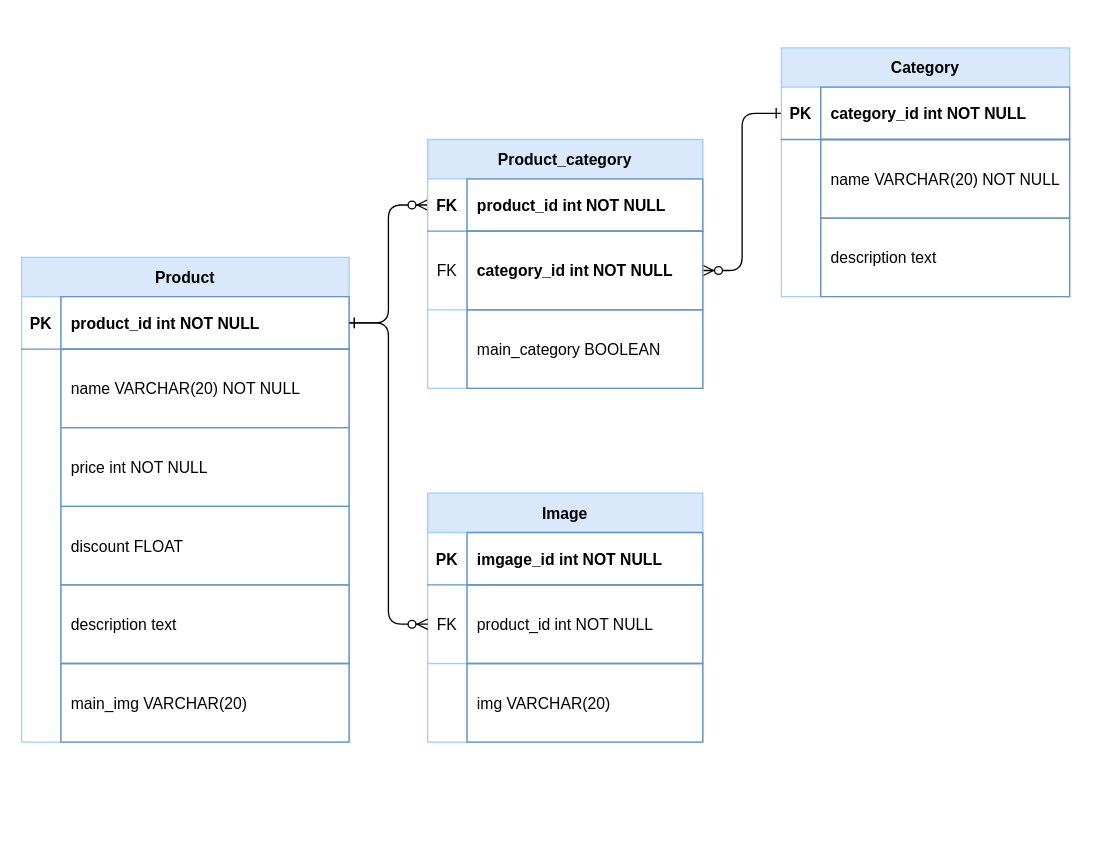
LIka1599/sql keeps this draw.io diagram as sql.drawio. Above is the earlier version. Source tidied: cells renumbered, new cells numbered last; positions are measured from the earlier drawing's top-left corner, leaving out a move shared by most shapes. Both pictures are drawn from the tidied source at 131%, with x=0, y=0 at pixel (21, 47).
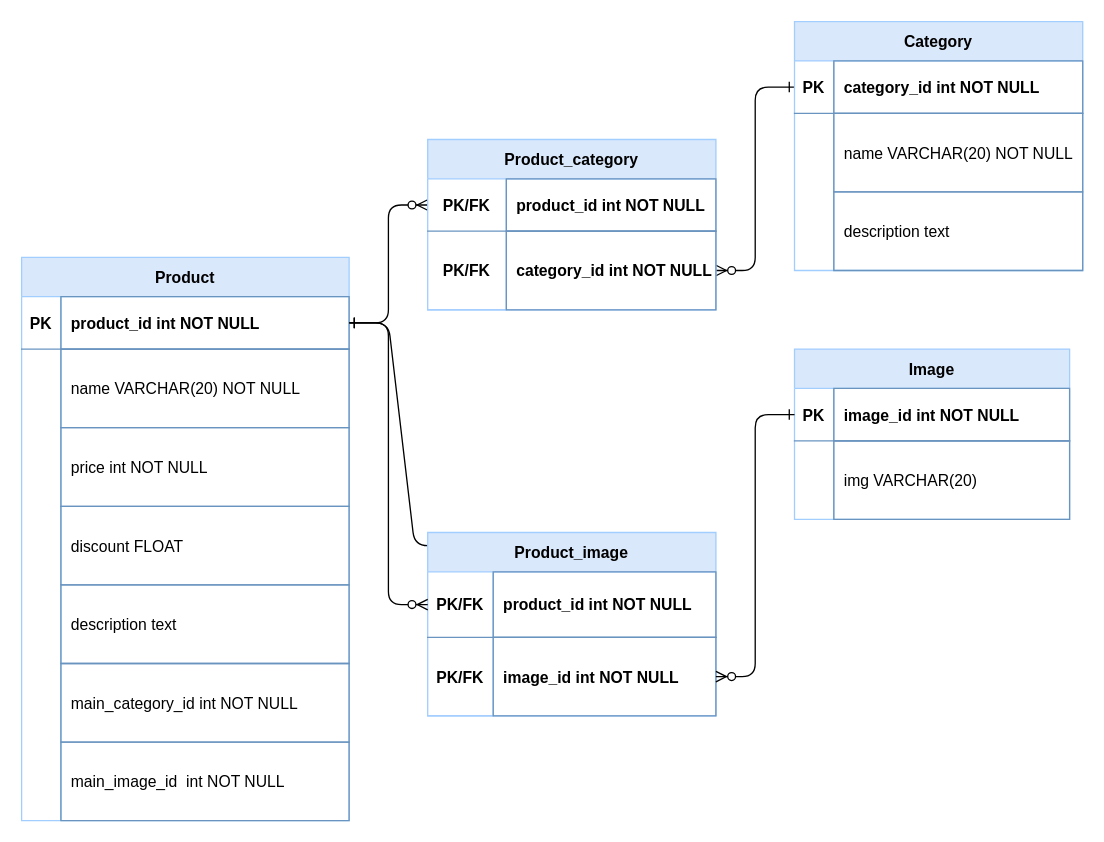
The same diagram, later.

Unchanged cells that the change refers to:
```xml
<mxCell id="5" style="shape=partialRectangle;fillColor=none;points=[[0,0.5],[1,0.5]];portConstraint=eastwest;top=0;left=0;right=0;bottom=1;strokeColor=#6994BF;" parent="4" vertex="1">
  <mxGeometry y="30" width="250" height="40" as="geometry" />
</mxCell>
<mxCell id="20" style="shape=partialRectangle;fillColor=none;top=0;left=0;right=0;bottom=0;" parent="4" vertex="1">
  <mxGeometry y="310" width="250" height="60" as="geometry" />
</mxCell>
<mxCell id="44" style="shape=partialRectangle;fillColor=none;points=[[0,0.5],[1,0.5]];portConstraint=eastwest;top=0;left=0;right=0;bottom=1;strokeColor=#6994BF;" parent="43" vertex="1">
  <mxGeometry y="30" width="210" height="40" as="geometry" />
</mxCell>
```

Change to the diagram source:
```diff
@@
     <mxCell id="4" value="Product" style="shape=table;startSize=30;childLayout=tableLayout;rowLines=0;fontStyle=1;align=center;fillColor=#dae8fc;strokeColor=#A1CDFF;" parent="1" vertex="1">
-      <mxGeometry y="160" width="250" height="370" as="geometry" />
+      <mxGeometry y="160" width="250" height="430" as="geometry" />
     </mxCell>
@@
-    <mxCell id="22" value="main_img VARCHAR(20)" style="shape=partialRectangle;overflow=hidden;top=1;left=1;bottom=1;right=1;align=left;spacingLeft=6;fillColor=none;strokeColor=#6994BF;" parent="20" vertex="1">
+    <mxCell id="22" value="main_category_id int NOT NULL" style="shape=partialRectangle;overflow=hidden;top=1;left=1;bottom=1;right=1;align=left;spacingLeft=6;fillColor=none;strokeColor=#6994BF;" parent="20" vertex="1">
       <mxGeometry x="30" width="220" height="60" as="geometry" />
     </mxCell>
+    <mxCell id="54" style="shape=partialRectangle;fillColor=none;top=0;left=0;right=0;bottom=0;" parent="4" vertex="1">
+      <mxGeometry y="370" width="250" height="60" as="geometry" />
+    </mxCell>
+    <mxCell id="41" style="shape=partialRectangle;overflow=hidden;fillColor=none;top=0;left=0;bottom=0;right=0;strokeColor=#A1CDFF;" parent="54" vertex="1">
+      <mxGeometry width="30" height="60" as="geometry" />
+    </mxCell>
+    <mxCell id="55" value="main_image_id  int NOT NULL" style="shape=partialRectangle;overflow=hidden;top=1;left=1;bottom=1;right=1;align=left;spacingLeft=6;fillColor=none;strokeColor=#6994BF;" parent="54" vertex="1">
+      <mxGeometry x="30" width="220" height="60" as="geometry" />
+    </mxCell>
     <mxCell id="23" value="Category" style="shape=table;startSize=30;childLayout=tableLayout;rowLines=0;fontStyle=1;align=center;fillColor=#dae8fc;strokeColor=#A1CDFF;" parent="1" vertex="1">
-      <mxGeometry x="580" width="220" height="190" as="geometry" />
+      <mxGeometry x="590" y="-20" width="220" height="190" as="geometry" />
     </mxCell>
@@
     <mxCell id="33" value="Product_category" style="shape=table;startSize=30;childLayout=tableLayout;rowLines=0;fontStyle=1;align=center;fillColor=#dae8fc;strokeColor=#A1CDFF;" parent="1" vertex="1">
-      <mxGeometry x="310" y="70" width="210" height="190" as="geometry" />
+      <mxGeometry x="310" y="70" width="220" height="130" as="geometry" />
     </mxCell>
     <mxCell id="34" style="shape=partialRectangle;fillColor=none;points=[[0,0.5],[1,0.5]];portConstraint=eastwest;top=0;left=0;right=0;bottom=1;strokeColor=#6994BF;" parent="33" vertex="1">
-      <mxGeometry y="30" width="210" height="40" as="geometry" />
+      <mxGeometry y="30" width="220" height="40" as="geometry" />
     </mxCell>
-    <mxCell id="35" value="FK" style="shape=partialRectangle;overflow=hidden;fillColor=none;top=0;left=0;bottom=0;right=0;fontStyle=1;" parent="34" vertex="1">
-      <mxGeometry width="30" height="40" as="geometry" />
+    <mxCell id="35" value="PK/FK" style="shape=partialRectangle;overflow=hidden;fillColor=none;top=0;left=0;bottom=0;right=0;fontStyle=1;" parent="34" vertex="1">
+      <mxGeometry width="60" height="40" as="geometry" />
     </mxCell>
     <mxCell id="36" value="product_id int NOT NULL " style="shape=partialRectangle;overflow=hidden;fillColor=none;top=1;left=1;bottom=1;right=1;align=left;spacingLeft=6;fontStyle=1;strokeColor=#6994BF;" parent="34" vertex="1">
-      <mxGeometry x="30" width="180" height="40" as="geometry" />
+      <mxGeometry x="60" width="160" height="40" as="geometry" />
     </mxCell>
     <mxCell id="37" style="shape=partialRectangle;fillColor=none;points=[[0,0.5],[1,0.5]];portConstraint=eastwest;top=0;left=0;right=0;bottom=0;" parent="33" vertex="1">
-      <mxGeometry y="70" width="210" height="60" as="geometry" />
+      <mxGeometry y="70" width="220" height="60" as="geometry" />
     </mxCell>
-    <mxCell id="38" value="FK" style="shape=partialRectangle;overflow=hidden;fillColor=none;top=0;left=0;bottom=1;right=0;strokeColor=#A1CDFF;" parent="37" vertex="1">
-      <mxGeometry width="30" height="60" as="geometry" />
+    <mxCell id="38" value="PK/FK" style="shape=partialRectangle;overflow=hidden;fillColor=none;top=0;left=0;bottom=1;right=0;strokeColor=#A1CDFF;fontStyle=1;" parent="37" vertex="1">
+      <mxGeometry width="60" height="60" as="geometry" />
     </mxCell>
     <mxCell id="39" value="category_id int NOT NULL" style="shape=partialRectangle;overflow=hidden;fillColor=none;top=1;left=1;bottom=1;right=1;align=left;spacingLeft=6;strokeColor=#6994BF;fontStyle=1;" parent="37" vertex="1">
-      <mxGeometry x="30" width="180" height="60" as="geometry" />
+      <mxGeometry x="60" width="160" height="60" as="geometry" />
     </mxCell>
-    <mxCell id="40" style="shape=partialRectangle;fillColor=none;top=0;left=0;right=0;bottom=0;" parent="33" vertex="1">
-      <mxGeometry y="130" width="210" height="60" as="geometry" />
-    </mxCell>
-    <mxCell id="41" style="shape=partialRectangle;overflow=hidden;fillColor=none;top=0;left=0;bottom=0;right=0;strokeColor=#A1CDFF;" parent="40" vertex="1">
-      <mxGeometry width="30" height="60" as="geometry" />
-    </mxCell>
-    <mxCell id="42" value="main_category BOOLEAN" style="shape=partialRectangle;overflow=hidden;fillColor=none;top=1;left=1;bottom=1;right=1;align=left;spacingLeft=6;strokeColor=#6994BF;fontStyle=0;" parent="40" vertex="1">
-      <mxGeometry x="30" width="180" height="60" as="geometry" />
-    </mxCell>
     <mxCell id="43" value="Image" style="shape=table;startSize=30;childLayout=tableLayout;rowLines=0;fontStyle=1;align=center;fillColor=#dae8fc;strokeColor=#A1CDFF;" parent="1" vertex="1">
-      <mxGeometry x="310" y="340" width="210" height="190" as="geometry" />
+      <mxGeometry x="590" y="230" width="210" height="130" as="geometry" />
     </mxCell>
@@
-    <mxCell id="46" value="imgage_id int NOT NULL " style="shape=partialRectangle;overflow=hidden;fillColor=none;top=1;left=1;bottom=1;right=1;align=left;spacingLeft=6;fontStyle=1;strokeColor=#6994BF;" parent="44" vertex="1">
+    <mxCell id="46" value="image_id int NOT NULL " style="shape=partialRectangle;overflow=hidden;fillColor=none;top=1;left=1;bottom=1;right=1;align=left;spacingLeft=6;fontStyle=1;strokeColor=#6994BF;" parent="44" vertex="1">
       <mxGeometry x="30" width="180" height="40" as="geometry" />
     </mxCell>
-    <mxCell id="47" style="shape=partialRectangle;fillColor=none;points=[[0,0.5],[1,0.5]];portConstraint=eastwest;top=0;left=0;right=0;bottom=0;" parent="43" vertex="1">
-      <mxGeometry y="70" width="210" height="60" as="geometry" />
-    </mxCell>
-    <mxCell id="48" value="FK" style="shape=partialRectangle;overflow=hidden;fillColor=none;top=0;left=0;bottom=1;right=0;strokeColor=#A1CDFF;" parent="47" vertex="1">
-      <mxGeometry width="30" height="60" as="geometry" />
-    </mxCell>
-    <mxCell id="49" value="product_id int NOT NULL" style="shape=partialRectangle;overflow=hidden;fillColor=none;top=1;left=1;bottom=1;right=1;align=left;spacingLeft=6;strokeColor=#6994BF;fontStyle=0;" parent="47" vertex="1">
-      <mxGeometry x="30" width="180" height="60" as="geometry" />
-    </mxCell>
     <mxCell id="50" style="shape=partialRectangle;fillColor=none;top=0;left=0;right=0;bottom=0;" parent="43" vertex="1">
-      <mxGeometry y="130" width="210" height="60" as="geometry" />
+      <mxGeometry y="70" width="210" height="60" as="geometry" />
     </mxCell>
@@
-    <mxCell id="53" style="edgeStyle=entityRelationEdgeStyle;endArrow=ERzeroToMany;startArrow=ERone;endFill=1;startFill=0;entryX=0;entryY=0.5;entryDx=0;entryDy=0;" parent="1" edge="1" source="5" target="47">
-      <mxGeometry relative="1" as="geometry" />
+    <mxCell id="53" style="edgeStyle=entityRelationEdgeStyle;endArrow=ERzeroToMany;startArrow=ERone;endFill=1;startFill=0;entryX=0;entryY=0.5;entryDx=0;entryDy=0;" parent="1" edge="1" source="5">
+      <mxGeometry relative="1" as="geometry">
+        <mxPoint x="330" y="380" as="targetPoint" />
+      </mxGeometry>
     </mxCell>
+    <mxCell id="56" value="Product_image" style="shape=table;startSize=30;childLayout=tableLayout;rowLines=0;fontStyle=1;align=center;fillColor=#dae8fc;strokeColor=#A1CDFF;" parent="1" vertex="1">
+      <mxGeometry x="310" y="370" width="220" height="140" as="geometry" />
+    </mxCell>
+    <mxCell id="57" style="shape=partialRectangle;fillColor=none;points=[[0,0.5],[1,0.5]];portConstraint=eastwest;top=0;left=0;right=0;bottom=1;strokeColor=#6994BF;" parent="56" vertex="1">
+      <mxGeometry y="30" width="220" height="50" as="geometry" />
+    </mxCell>
+    <mxCell id="58" value="PK/FK" style="shape=partialRectangle;overflow=hidden;fillColor=none;top=0;left=0;bottom=0;right=0;fontStyle=1;" parent="57" vertex="1">
+      <mxGeometry width="50" height="50" as="geometry" />
+    </mxCell>
+    <mxCell id="49" value="product_id int NOT NULL " style="shape=partialRectangle;overflow=hidden;fillColor=none;top=1;left=1;bottom=1;right=1;align=left;spacingLeft=6;fontStyle=1;strokeColor=#6994BF;" parent="57" vertex="1">
+      <mxGeometry x="50" width="170" height="50" as="geometry" />
+    </mxCell>
+    <mxCell id="59" style="shape=partialRectangle;fillColor=none;points=[[0,0.5],[1,0.5]];portConstraint=eastwest;top=0;left=0;right=0;bottom=0;" parent="56" vertex="1">
+      <mxGeometry y="80" width="220" height="60" as="geometry" />
+    </mxCell>
+    <mxCell id="60" value="PK/FK" style="shape=partialRectangle;overflow=hidden;fillColor=none;top=0;left=0;bottom=1;right=0;strokeColor=#A1CDFF;fontStyle=1;" parent="59" vertex="1">
+      <mxGeometry width="50" height="60" as="geometry" />
+    </mxCell>
+    <mxCell id="61" value="image_id int NOT NULL" style="shape=partialRectangle;overflow=hidden;fillColor=none;top=1;left=1;bottom=1;right=1;align=left;spacingLeft=6;strokeColor=#6994BF;fontStyle=1;" parent="59" vertex="1">
+      <mxGeometry x="50" width="170" height="60" as="geometry" />
+    </mxCell>
+    <mxCell id="62" style="edgeStyle=entityRelationEdgeStyle;endArrow=ERzeroToMany;startArrow=ERone;endFill=1;startFill=0;entryX=0;entryY=0.5;entryDx=0;entryDy=0;exitX=1;exitY=0.5;exitDx=0;exitDy=0;" parent="1" edge="1" source="5" target="57">
+      <mxGeometry relative="1" as="geometry" />
+    </mxCell>
+    <mxCell id="63" style="edgeStyle=entityRelationEdgeStyle;endArrow=ERzeroToMany;startArrow=ERone;endFill=1;startFill=0;entryX=1;entryY=0.5;entryDx=0;entryDy=0;exitX=0;exitY=0.5;exitDx=0;exitDy=0;" parent="1" edge="1" source="44" target="59">
+      <mxGeometry relative="1" as="geometry" />
+    </mxCell>
```
